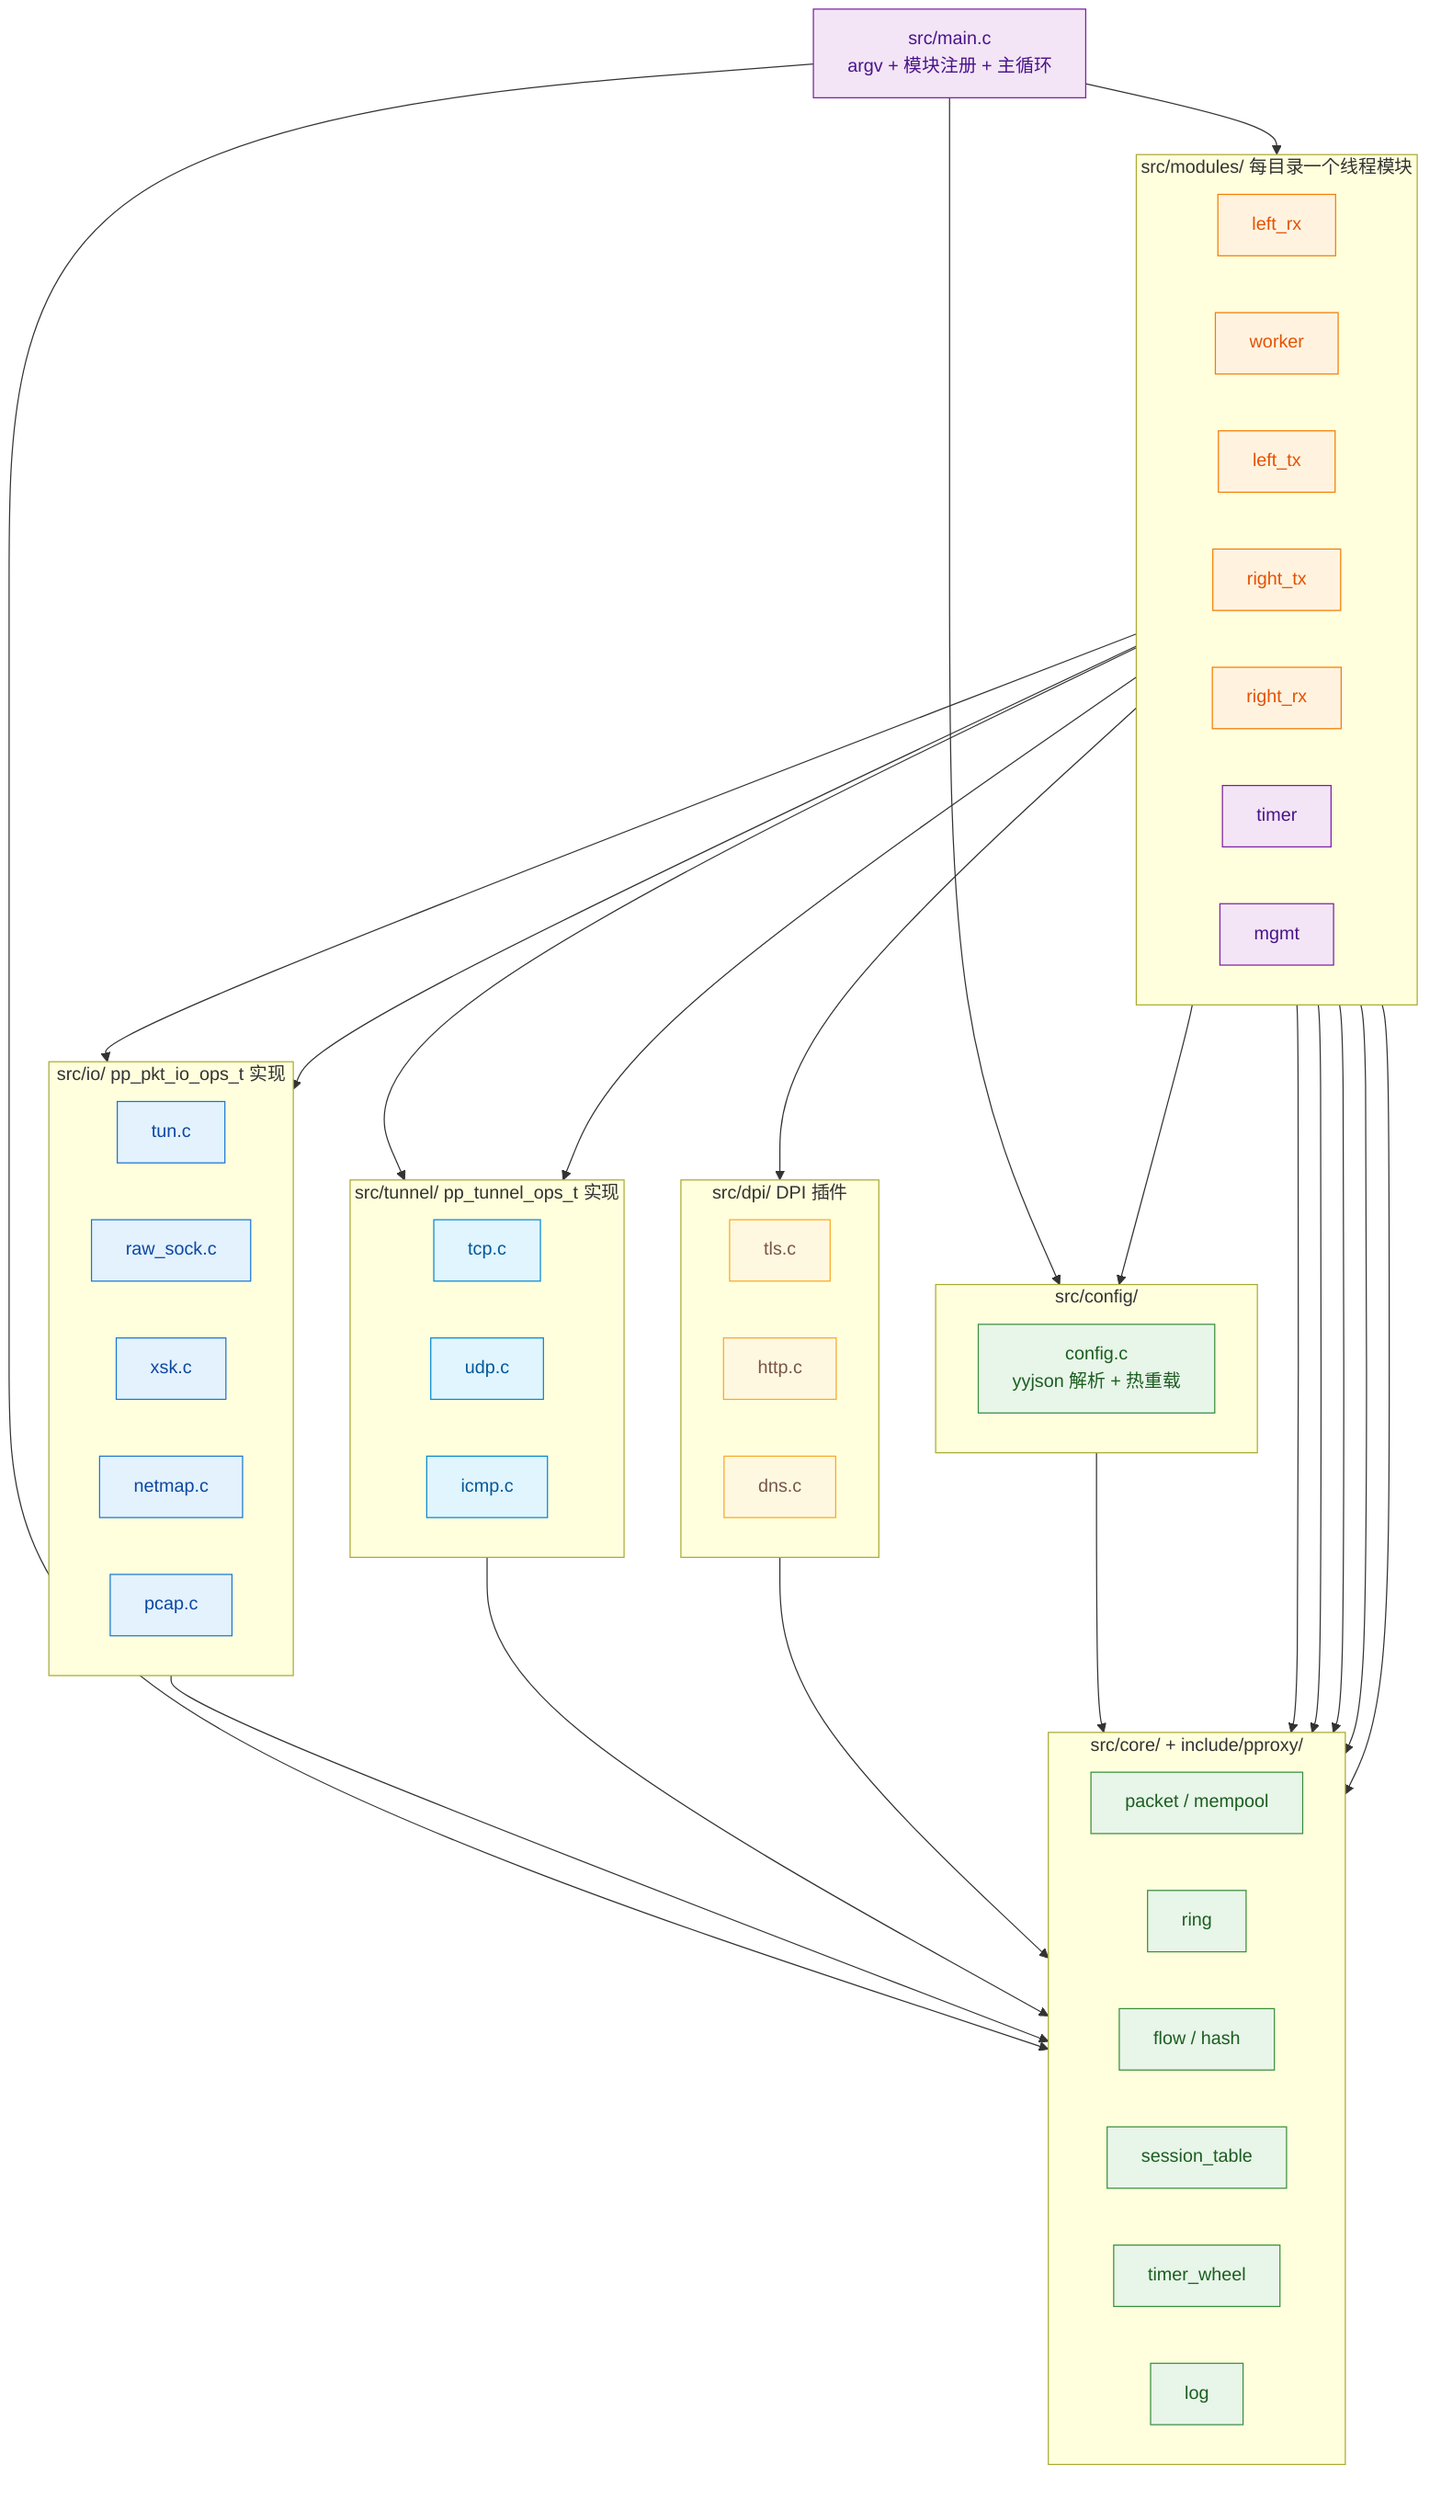
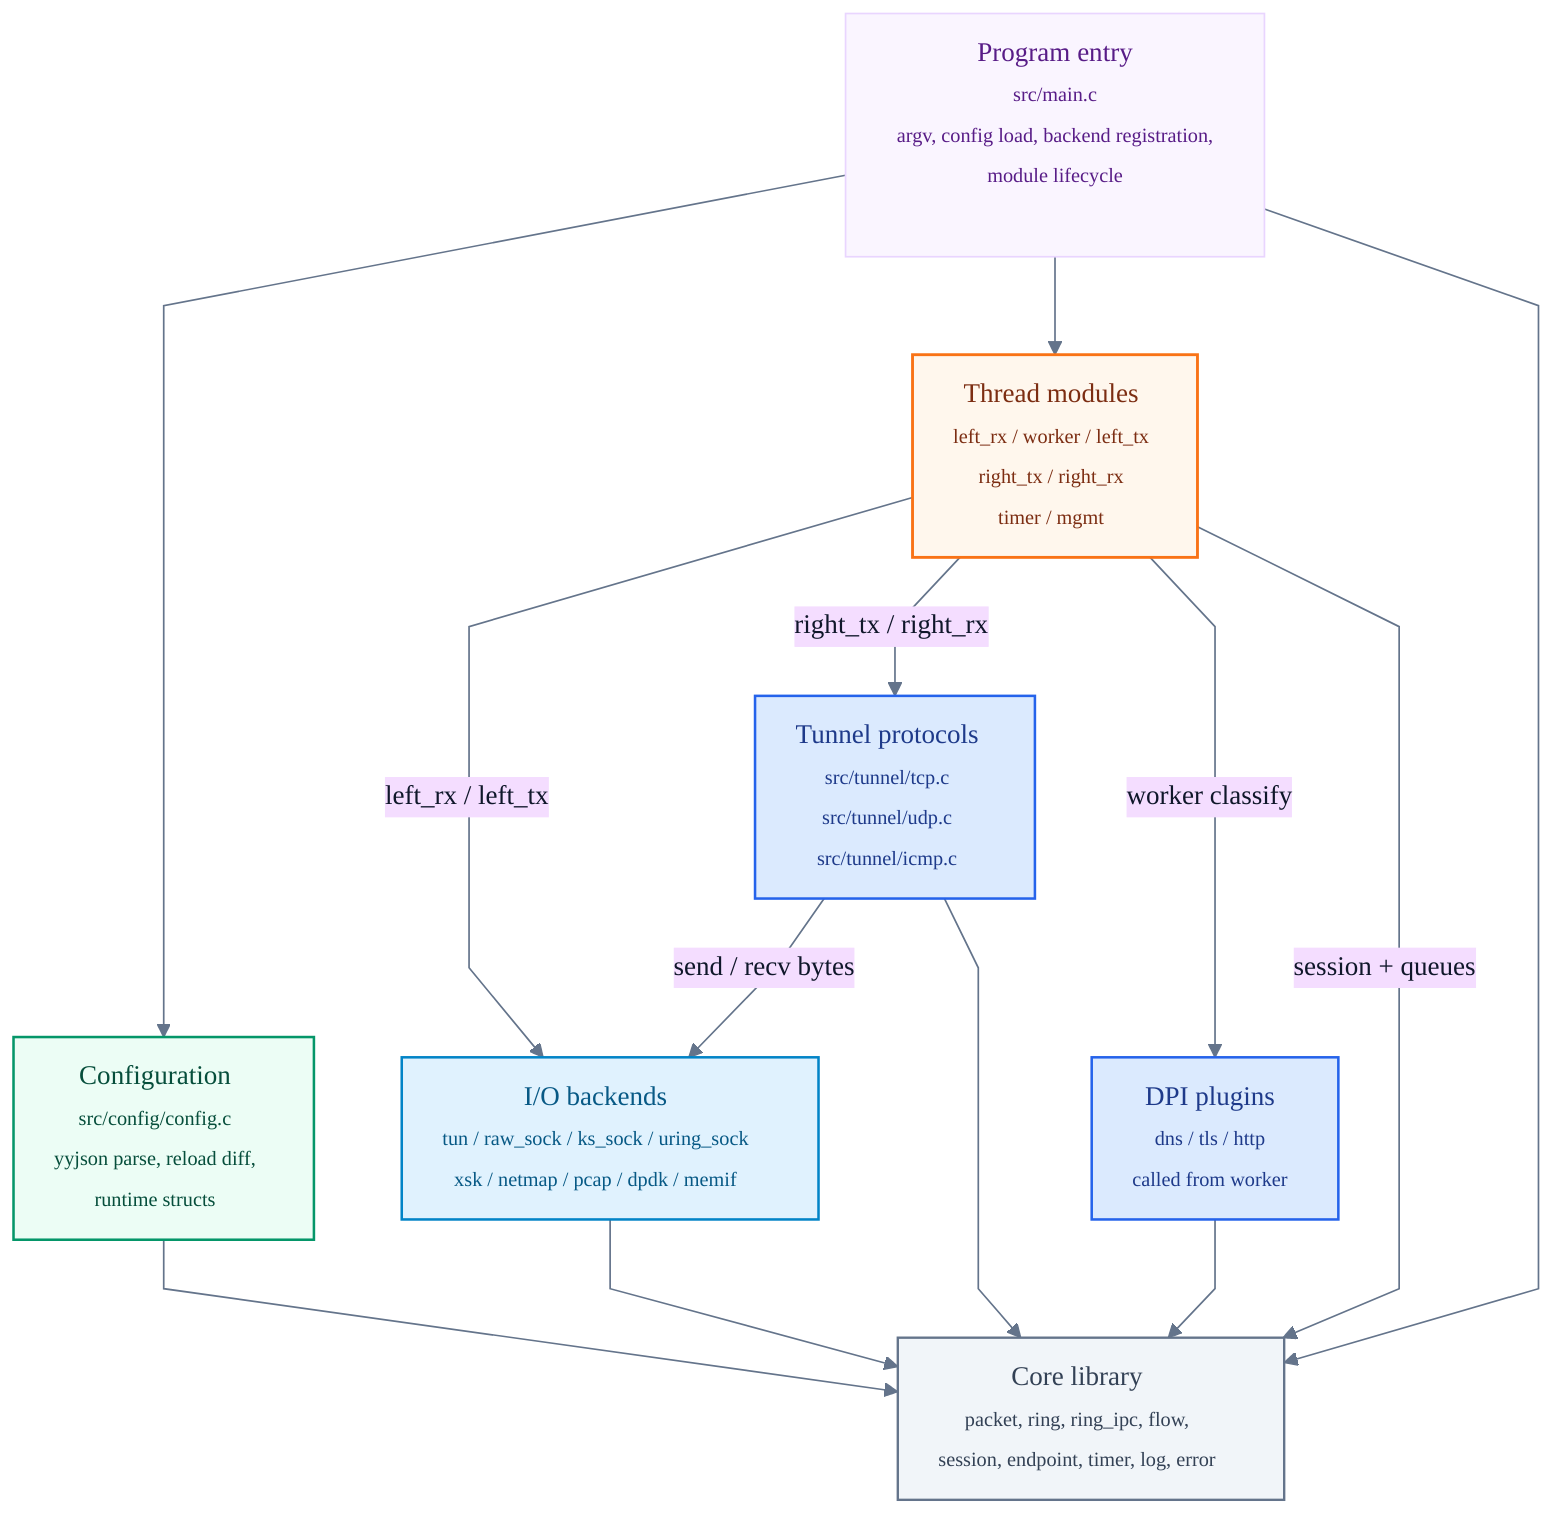
- %% pproxy 源码模块依赖
- %% 视角：编译/调用依赖；A --> B 表示 A 依赖 B
- %% 颜色：线程=橙  I/O=蓝  tunnel=浅蓝  DPI=黄  core=绿  控制面=紫
+ %%{init: {"theme":"base","themeVariables":{"fontFamily":"Inter, ui-sans-serif, system-ui, -apple-system, BlinkMacSystemFont, Segoe UI, sans-serif","background":"#ffffff","primaryTextColor":"#0f172a","lineColor":"#64748b","clusterBkg":"#ffffff","clusterBorder":"#cbd5e1"},"flowchart":{"curve":"linear","htmlLabels":true,"nodeSpacing":52,"rankSpacing":58,"padding":12}}}%%
+ %% pproxy 源码模块分层图
+ %% 这张图展示模块边界和主要依赖；细粒度线程/队列关系见 doc/threads.mmd。
flowchart TD
-     classDef th fill:#FFF3E0,stroke:#F57C00,color:#E65100;
-     classDef io fill:#E3F2FD,stroke:#1976D2,color:#0D47A1;
-     classDef tn fill:#E1F5FE,stroke:#0288D1,color:#01579B;
-     classDef dp fill:#FFF8E1,stroke:#F9A825,color:#795548;
-     classDef co fill:#E8F5E9,stroke:#388E3C,color:#1B5E20;
-     classDef ct fill:#F3E5F5,stroke:#7B1FA2,color:#4A148C;
+     classDef entry fill:#f3e8ff,stroke:#9333ea,color:#581c87,stroke-width:1.6px;
+     classDef modules fill:#fff7ed,stroke:#f97316,color:#7c2d12,stroke-width:1.7px;
+     classDef plugin fill:#dbeafe,stroke:#2563eb,color:#1e3a8a,stroke-width:1.5px;
+     classDef io fill:#e0f2fe,stroke:#0284c7,color:#075985,stroke-width:1.5px;
+     classDef cfg fill:#ecfdf5,stroke:#059669,color:#064e3b,stroke-width:1.5px;
+     classDef core fill:#f1f5f9,stroke:#64748b,color:#334155,stroke-width:1.4px;

-     MAIN["src/main.c<br/>argv + 模块注册 + 主循环"]:::ct
+     MAIN["Program entry<br/><span style='font-size:12px'>src/main.c<br/>argv, config load, backend registration,<br/>module lifecycle</span>"]:::entry

-     subgraph MODS["src/modules/ 每目录一个线程模块"]
-         direction LR
-         LRX[left_rx]:::th
-         WK[worker]:::th
-         LTX[left_tx]:::th
-         RTX[right_tx]:::th
-         RRX[right_rx]:::th
-         TM[timer]:::ct
-         MG[mgmt]:::ct
-     end
+     CFG["Configuration<br/><span style='font-size:12px'>src/config/config.c<br/>yyjson parse, reload diff,<br/>runtime structs</span>"]:::cfg

-     subgraph IO["src/io/ pp_pkt_io_ops_t 实现"]
-         direction LR
-         TUN[tun.c]:::io
-         RAW[raw_sock.c]:::io
-         XDP[xsk.c]:::io
-         NM[netmap.c]:::io
-         PC[pcap.c]:::io
-     end
+     THREADS["Thread modules<br/><span style='font-size:12px'>left_rx / worker / left_tx<br/>right_tx / right_rx<br/>timer / mgmt</span>"]:::modules

-     subgraph TUNNEL["src/tunnel/ pp_tunnel_ops_t 实现"]
-         direction LR
-         TCP[tcp.c]:::tn
-         UDP[udp.c]:::tn
-         ICMP[icmp.c]:::tn
-     end
+     PROTO["Tunnel protocols<br/><span style='font-size:12px'>src/tunnel/tcp.c<br/>src/tunnel/udp.c<br/>src/tunnel/icmp.c</span>"]:::plugin

-     subgraph DPI["src/dpi/ DPI 插件"]
-         direction LR
-         TLS[tls.c]:::dp
-         HTTP[http.c]:::dp
-         DNS[dns.c]:::dp
-     end
+     IO["I/O backends<br/><span style='font-size:12px'>tun / raw_sock / ks_sock / uring_sock<br/>xsk / netmap / pcap / dpdk / memif</span>"]:::io

-     subgraph CORE["src/core/ + include/pproxy/"]
-         direction LR
-         PKT["packet / mempool"]:::co
-         RING[ring]:::co
-         FLOW["flow / hash"]:::co
-         SESS[session_table]:::co
-         TWHL[timer_wheel]:::co
-         LOG[log]:::co
-     end
+     DPI["DPI plugins<br/><span style='font-size:12px'>dns / tls / http<br/>called from worker</span>"]:::plugin

-     subgraph CFG["src/config/"]
-         direction LR
-         CFGC["config.c<br/>yyjson 解析 + 热重载"]:::co
-     end
+     CORE["Core library<br/><span style='font-size:12px'>packet, ring, ring_ipc, flow,<br/>session, endpoint, timer, log, error</span>"]:::core

-     MAIN --> MODS
    MAIN --> CFG
+     MAIN --> THREADS
    MAIN --> CORE

-     LRX --> IO
-     LTX --> IO
-     RTX --> TUNNEL
-     RRX --> TUNNEL
+     THREADS -->|"left_rx / left_tx"| IO
+     THREADS -->|"right_tx / right_rx"| PROTO
+     THREADS -->|"worker classify"| DPI
+     THREADS -->|"session + queues"| CORE

-     WK --> DPI
-     WK --> SESS
- 
-     TM --> TWHL
-     TM --> SESS
-     MG --> SESS
-     MG --> CFG
- 
-     MODS --> CORE
+     PROTO -->|"send / recv bytes"| IO
+     PROTO --> CORE
    IO --> CORE
-     TUNNEL --> CORE
    DPI --> CORE
    CFG --> CORE
+ 
+     style MAIN fill:#faf5ff,stroke:#e9d5ff,stroke-width:1px,color:#581c87
